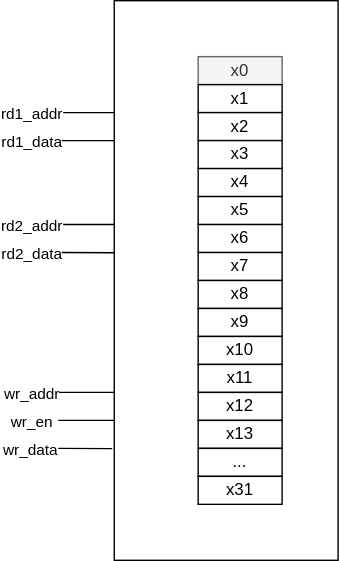
Before: docs/figures/RegisterFile.drawio.svg, a diagram exported from draw.io (dhad4g/Lexington). Source tidied: cells renumbered, new cells last; positions are measured from the earlier drawing's top-left corner, leaving out a move shared by most shapes.
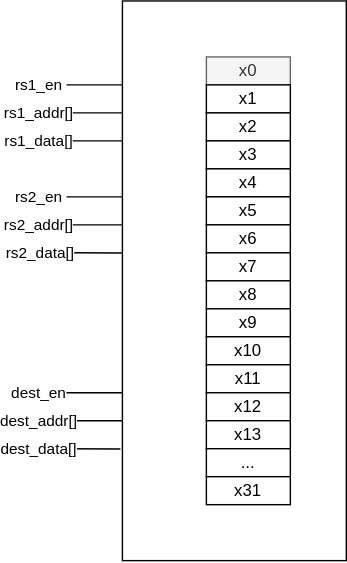
After the change.

What changed in the source:
```diff
@@ -62,7 +62,7 @@
         <mxPoint x="40" y="80" as="targetPoint" />
       </mxGeometry>
     </mxCell>
-    <mxCell id="21" value="rd1_addr" style="edgeLabel;html=1;align=center;verticalAlign=middle;" parent="20" vertex="1">
+    <mxCell id="21" value="rs1_addr[]" style="edgeLabel;html=1;align=center;verticalAlign=middle;" parent="20" vertex="1">
       <mxGeometry x="-0.49" y="1" relative="1" as="geometry">
         <mxPoint x="-30" y="1" as="offset" />
       </mxGeometry>
@@ -73,7 +73,7 @@
         <mxPoint x="40" y="100" as="targetPoint" />
       </mxGeometry>
     </mxCell>
-    <mxCell id="23" value="rd1_data" style="edgeLabel;html=1;align=center;verticalAlign=middle;" parent="22" vertex="1">
+    <mxCell id="23" value="rs1_data[]" style="edgeLabel;html=1;align=center;verticalAlign=middle;" parent="22" vertex="1">
       <mxGeometry x="-0.51" y="2" relative="1" as="geometry">
         <mxPoint x="-30" y="2" as="offset" />
       </mxGeometry>
@@ -84,7 +84,7 @@
         <mxPoint x="40" y="160" as="targetPoint" />
       </mxGeometry>
     </mxCell>
-    <mxCell id="25" value="rd2_addr" style="edgeLabel;html=1;align=center;verticalAlign=middle;" parent="24" vertex="1">
+    <mxCell id="25" value="rs2_addr[]" style="edgeLabel;html=1;align=center;verticalAlign=middle;" parent="24" vertex="1">
       <mxGeometry x="-0.49" y="1" relative="1" as="geometry">
         <mxPoint x="-30" y="1" as="offset" />
       </mxGeometry>
@@ -95,7 +95,7 @@
         <mxPoint x="40" y="180.2" as="targetPoint" />
       </mxGeometry>
     </mxCell>
-    <mxCell id="27" value="rd2_data" style="edgeLabel;html=1;align=center;verticalAlign=middle;" parent="26" vertex="1">
+    <mxCell id="27" value="rs2_data[]" style="edgeLabel;html=1;align=center;verticalAlign=middle;" parent="26" vertex="1">
       <mxGeometry x="-0.51" y="2" relative="1" as="geometry">
         <mxPoint x="-30" y="2" as="offset" />
       </mxGeometry>
@@ -106,7 +106,7 @@
         <mxPoint x="40" y="280" as="targetPoint" />
       </mxGeometry>
     </mxCell>
-    <mxCell id="29" value="wr_addr" style="edgeLabel;html=1;align=center;verticalAlign=middle;" parent="28" vertex="1">
+    <mxCell id="29" value="dest_en" style="edgeLabel;html=1;align=center;verticalAlign=middle;" parent="28" vertex="1">
       <mxGeometry x="-0.49" y="1" relative="1" as="geometry">
         <mxPoint x="-30" y="1" as="offset" />
       </mxGeometry>
@@ -117,7 +117,7 @@
         <mxPoint x="40" y="300" as="targetPoint" />
       </mxGeometry>
     </mxCell>
-    <mxCell id="31" value="wr_en" style="edgeLabel;html=1;align=center;verticalAlign=middle;" parent="30" vertex="1">
+    <mxCell id="31" value="dest_addr[]" style="edgeLabel;html=1;align=center;verticalAlign=middle;" parent="30" vertex="1">
       <mxGeometry x="-0.65" y="2" relative="1" as="geometry">
         <mxPoint x="-27" y="2" as="offset" />
       </mxGeometry>
@@ -128,10 +128,32 @@
         <mxPoint x="38.6" y="320.2" as="targetPoint" />
       </mxGeometry>
     </mxCell>
-    <mxCell id="33" value="wr_data" style="edgeLabel;html=1;align=center;verticalAlign=middle;" parent="32" vertex="1">
+    <mxCell id="33" value="dest_data[]" style="edgeLabel;html=1;align=center;verticalAlign=middle;" parent="32" vertex="1">
       <mxGeometry x="-0.51" y="2" relative="1" as="geometry">
         <mxPoint x="-30" y="2" as="offset" />
       </mxGeometry>
     </mxCell>
+    <mxCell id="34" style="endArrow=none;html=1;" parent="1" edge="1">
+      <mxGeometry relative="1" as="geometry">
+        <mxPoint y="60" as="sourcePoint" />
+        <mxPoint x="40" y="60" as="targetPoint" />
+      </mxGeometry>
+    </mxCell>
+    <mxCell id="35" value="rs1_en" style="edgeLabel;html=1;align=center;verticalAlign=middle;" parent="34" vertex="1">
+      <mxGeometry x="-0.49" y="1" relative="1" as="geometry">
+        <mxPoint x="-30" y="1" as="offset" />
+      </mxGeometry>
+    </mxCell>
+    <mxCell id="36" style="endArrow=none;html=1;" parent="1" edge="1">
+      <mxGeometry relative="1" as="geometry">
+        <mxPoint y="140" as="sourcePoint" />
+        <mxPoint x="40" y="140" as="targetPoint" />
+      </mxGeometry>
+    </mxCell>
+    <mxCell id="37" value="rs2_en" style="edgeLabel;html=1;align=center;verticalAlign=middle;" parent="36" vertex="1">
+      <mxGeometry x="-0.49" y="1" relative="1" as="geometry">
+        <mxPoint x="-30" y="1" as="offset" />
+      </mxGeometry>
+    </mxCell>
   </root>
 </mxGraphModel>
```
